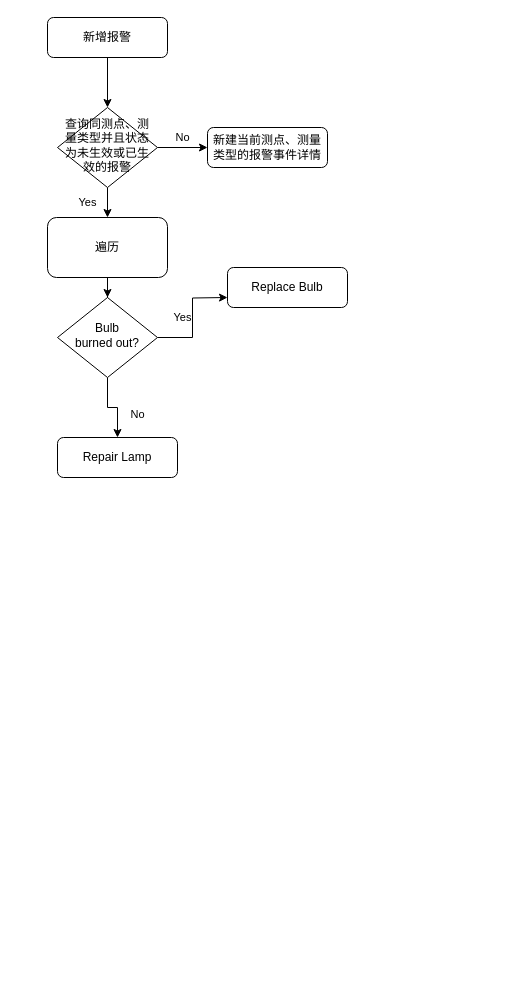
The draw.io diagram 报警事件详情.drawio in bird1225/draw, before the edit. Source tidied: cells renumbered, new cells numbered last; positions are measured from the earlier drawing's top-left corner, leaving out a move shared by most shapes. Both pictures are drawn from the tidied source at 100%, with x=0, y=0 at pixel (47, 17).
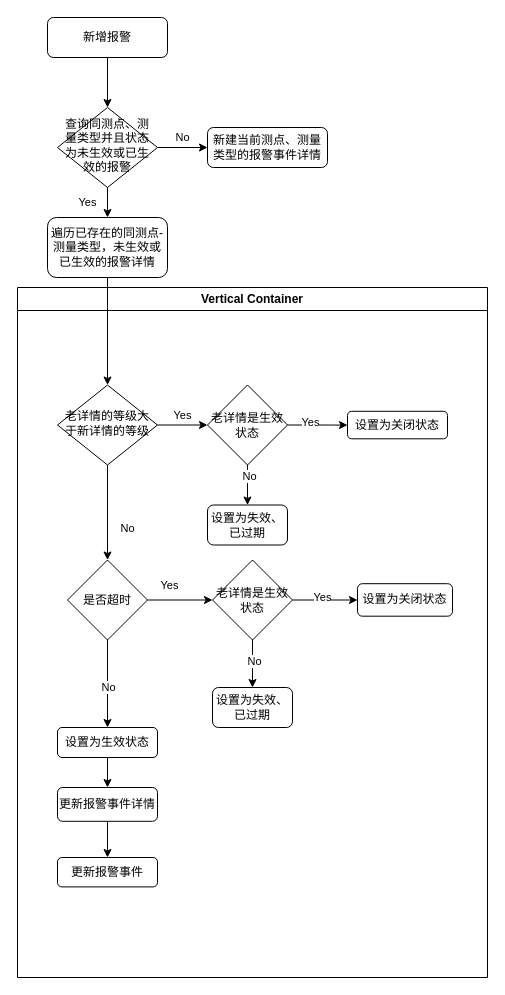
The same diagram, later.

Commit message:
更新报警事件详情.drawio

Change to the diagram source:
```diff
@@
+    <mxCell id="14" value="遍历已存在的同测点-测量类型，未生效或已生效的报警详情" style="rounded=1;whiteSpace=wrap;html=1;" parent="1" vertex="1">
+      <mxGeometry y="200" width="120" height="60" as="geometry" />
+    </mxCell>
+    <mxCell id="15" value="Vertical Container" style="swimlane;whiteSpace=wrap;html=1;" parent="1" vertex="1">
+      <mxGeometry x="-30" y="270" width="470" height="690" as="geometry" />
+    </mxCell>
+    <mxCell id="10" value="老详情的等级大于新详情的等级" style="rhombus;whiteSpace=wrap;html=1;shadow=0;fontFamily=Helvetica;fontSize=12;align=center;strokeWidth=1;spacing=6;spacingTop=-4;" parent="15" vertex="1">
+      <mxGeometry x="40" y="97.5" width="100" height="80" as="geometry" />
+    </mxCell>
+    <mxCell id="16" value="老详情是生效状态" style="rhombus;whiteSpace=wrap;html=1;" parent="15" vertex="1">
+      <mxGeometry x="190" y="97.5" width="80" height="80" as="geometry" />
+    </mxCell>
+    <mxCell id="9" value="Yes" style="edgeStyle=orthogonalEdgeStyle;rounded=0;html=1;jettySize=auto;fontSize=11;endArrow=classic;endFill=1;strokeWidth=1;shadow=0;labelBackgroundColor=none;entryX=0;entryY=0.5;entryDx=0;entryDy=0;" parent="15" edge="1" source="10" target="16">
+      <mxGeometry y="10" relative="1" as="geometry" />
+    </mxCell>
+    <mxCell id="17" value="设置为关闭状态" style="rounded=1;whiteSpace=wrap;html=1;" parent="15" vertex="1">
+      <mxGeometry x="330" y="123.8" width="100" height="27.5" as="geometry" />
+    </mxCell>
+    <mxCell id="18" style="edgeStyle=orthogonalEdgeStyle;rounded=0;jettySize=auto;html=1;" parent="15" edge="1" source="16" target="17">
+      <mxGeometry relative="1" as="geometry" />
+    </mxCell>
+    <mxCell id="19" value="Yes" style="edgeLabel;html=1;align=center;verticalAlign=middle;" parent="18" vertex="1">
+      <mxGeometry x="-0.26" y="3" relative="1" as="geometry" />
+    </mxCell>
+    <mxCell id="20" value="设置为失效、已过期" style="rounded=1;whiteSpace=wrap;html=1;" parent="15" vertex="1">
+      <mxGeometry x="190" y="217.5" width="80" height="40" as="geometry" />
+    </mxCell>
+    <mxCell id="21" style="edgeStyle=orthogonalEdgeStyle;rounded=0;jettySize=auto;html=1;" parent="15" edge="1" source="16" target="20">
+      <mxGeometry relative="1" as="geometry" />
+    </mxCell>
+    <mxCell id="22" value="No" style="edgeLabel;html=1;align=center;verticalAlign=middle;" parent="21" vertex="1">
+      <mxGeometry x="-0.46" y="1" relative="1" as="geometry" />
+    </mxCell>
+    <mxCell id="23" style="edgeStyle=orthogonalEdgeStyle;rounded=0;jettySize=auto;html=1;" parent="15" edge="1" source="25" target="36">
+      <mxGeometry relative="1" as="geometry" />
+    </mxCell>
+    <mxCell id="24" value="No" style="edgeLabel;html=1;align=center;verticalAlign=middle;" parent="23" vertex="1">
+      <mxGeometry x="-0.69" y="2" relative="1" as="geometry">
+        <mxPoint x="-2" y="33" as="offset" />
+      </mxGeometry>
+    </mxCell>
+    <mxCell id="25" value="是否超时" style="rhombus;whiteSpace=wrap;html=1;" parent="15" vertex="1">
+      <mxGeometry x="50" y="272.5" width="80" height="80" as="geometry" />
+    </mxCell>
-    <mxCell id="8" value="No" style="rounded=0;html=1;jettySize=auto;fontSize=11;endArrow=classic;endFill=1;strokeWidth=1;shadow=0;labelBackgroundColor=none;edgeStyle=orthogonalEdgeStyle;" parent="1" edge="1" source="10" target="11">
+    <mxCell id="8" value="No" style="rounded=0;html=1;jettySize=auto;fontSize=11;endArrow=classic;endFill=1;strokeWidth=1;shadow=0;labelBackgroundColor=none;edgeStyle=orthogonalEdgeStyle;" parent="15" edge="1" source="10" target="25">
       <mxGeometry x="0.33" y="20" relative="1" as="geometry" />
     </mxCell>
-    <mxCell id="9" value="Yes" style="edgeStyle=orthogonalEdgeStyle;rounded=0;html=1;jettySize=auto;fontSize=11;endArrow=classic;endFill=1;strokeWidth=1;shadow=0;labelBackgroundColor=none;" parent="1" edge="1" source="10">
-      <mxGeometry y="10" relative="1" as="geometry">
-        <mxPoint x="180" y="280" as="targetPoint" />
-      </mxGeometry>
-    </mxCell>
-    <mxCell id="10" value="Bulb&lt;br&gt;burned out?" style="rhombus;whiteSpace=wrap;html=1;shadow=0;fontFamily=Helvetica;fontSize=12;align=center;strokeWidth=1;spacing=6;spacingTop=-4;" parent="1" vertex="1">
-      <mxGeometry x="10" y="280" width="100" height="80" as="geometry" />
-    </mxCell>
-    <mxCell id="11" value="Repair Lamp" style="rounded=1;whiteSpace=wrap;html=1;fontSize=12;glass=0;strokeWidth=1;shadow=0;" parent="1" vertex="1">
-      <mxGeometry x="10" y="420" width="120" height="40" as="geometry" />
-    </mxCell>
-    <mxCell id="12" value="Replace Bulb" style="rounded=1;whiteSpace=wrap;html=1;fontSize=12;glass=0;strokeWidth=1;shadow=0;" parent="1" vertex="1">
-      <mxGeometry x="180" y="250" width="120" height="40" as="geometry" />
-    </mxCell>
+    <mxCell id="26" style="edgeStyle=orthogonalEdgeStyle;rounded=0;jettySize=auto;html=1;entryX=0;entryY=0.5;entryDx=0;entryDy=0;" parent="15" edge="1" source="25" target="32">
+      <mxGeometry relative="1" as="geometry" />
+    </mxCell>
+    <mxCell id="27" value="Yes" style="edgeLabel;html=1;align=center;verticalAlign=middle;" parent="26" vertex="1">
+      <mxGeometry x="-0.44" y="-2" relative="1" as="geometry">
+        <mxPoint x="3" y="-17" as="offset" />
+      </mxGeometry>
+    </mxCell>
+    <mxCell id="28" style="edgeStyle=orthogonalEdgeStyle;rounded=0;jettySize=auto;html=1;" parent="15" edge="1" source="32" target="33">
+      <mxGeometry relative="1" as="geometry" />
+    </mxCell>
+    <mxCell id="29" value="Yes" style="edgeLabel;html=1;align=center;verticalAlign=middle;" parent="28" vertex="1">
+      <mxGeometry x="-0.1" y="3" relative="1" as="geometry" />
+    </mxCell>
+    <mxCell id="30" style="edgeStyle=orthogonalEdgeStyle;rounded=0;jettySize=auto;html=1;entryX=0.5;entryY=0;entryDx=0;entryDy=0;" parent="15" edge="1" source="32" target="34">
+      <mxGeometry relative="1" as="geometry" />
+    </mxCell>
+    <mxCell id="31" value="No" style="edgeLabel;html=1;align=center;verticalAlign=middle;" parent="30" vertex="1">
+      <mxGeometry x="-0.12" y="1" relative="1" as="geometry" />
+    </mxCell>
+    <mxCell id="32" value="老详情是生效状态" style="rhombus;whiteSpace=wrap;html=1;" parent="15" vertex="1">
+      <mxGeometry x="195" y="272.5" width="80" height="80" as="geometry" />
+    </mxCell>
+    <mxCell id="33" value="设置为关闭状态" style="rounded=1;whiteSpace=wrap;html=1;" parent="15" vertex="1">
+      <mxGeometry x="340" y="296.2" width="95" height="32.5" as="geometry" />
+    </mxCell>
+    <mxCell id="34" value="设置为失效、已过期" style="rounded=1;whiteSpace=wrap;html=1;" parent="15" vertex="1">
+      <mxGeometry x="195" y="400" width="80" height="40" as="geometry" />
+    </mxCell>
+    <mxCell id="35" style="edgeStyle=orthogonalEdgeStyle;rounded=0;jettySize=auto;html=1;" parent="15" edge="1" source="36" target="38">
+      <mxGeometry relative="1" as="geometry" />
+    </mxCell>
+    <mxCell id="36" value="设置为生效状态" style="rounded=1;whiteSpace=wrap;html=1;" parent="15" vertex="1">
+      <mxGeometry x="40" y="440" width="100" height="30" as="geometry" />
+    </mxCell>
+    <mxCell id="37" style="edgeStyle=orthogonalEdgeStyle;rounded=0;jettySize=auto;html=1;" parent="15" edge="1" source="38" target="39">
+      <mxGeometry relative="1" as="geometry" />
+    </mxCell>
+    <mxCell id="38" value="更新报警事件详情" style="rounded=1;whiteSpace=wrap;html=1;" parent="15" vertex="1">
+      <mxGeometry x="40" y="500" width="100" height="33.8" as="geometry" />
+    </mxCell>
+    <mxCell id="39" value="更新报警事件" style="rounded=1;whiteSpace=wrap;html=1;" parent="15" vertex="1">
+      <mxGeometry x="40" y="570" width="100" height="29.4" as="geometry" />
+    </mxCell>
-    <mxCell id="13" style="edgeStyle=orthogonalEdgeStyle;rounded=0;jettySize=auto;html=1;" parent="1" edge="1" source="14" target="10">
+    <mxCell id="13" style="edgeStyle=orthogonalEdgeStyle;rounded=0;jettySize=auto;html=1;exitX=0.5;exitY=1;exitDx=0;exitDy=0;" parent="1" edge="1" source="14" target="10">
       <mxGeometry relative="1" as="geometry" />
     </mxCell>
-    <mxCell id="14" value="遍历" style="rounded=1;whiteSpace=wrap;html=1;" parent="1" vertex="1">
-      <mxGeometry y="200" width="120" height="60" as="geometry" />
-    </mxCell>
```
